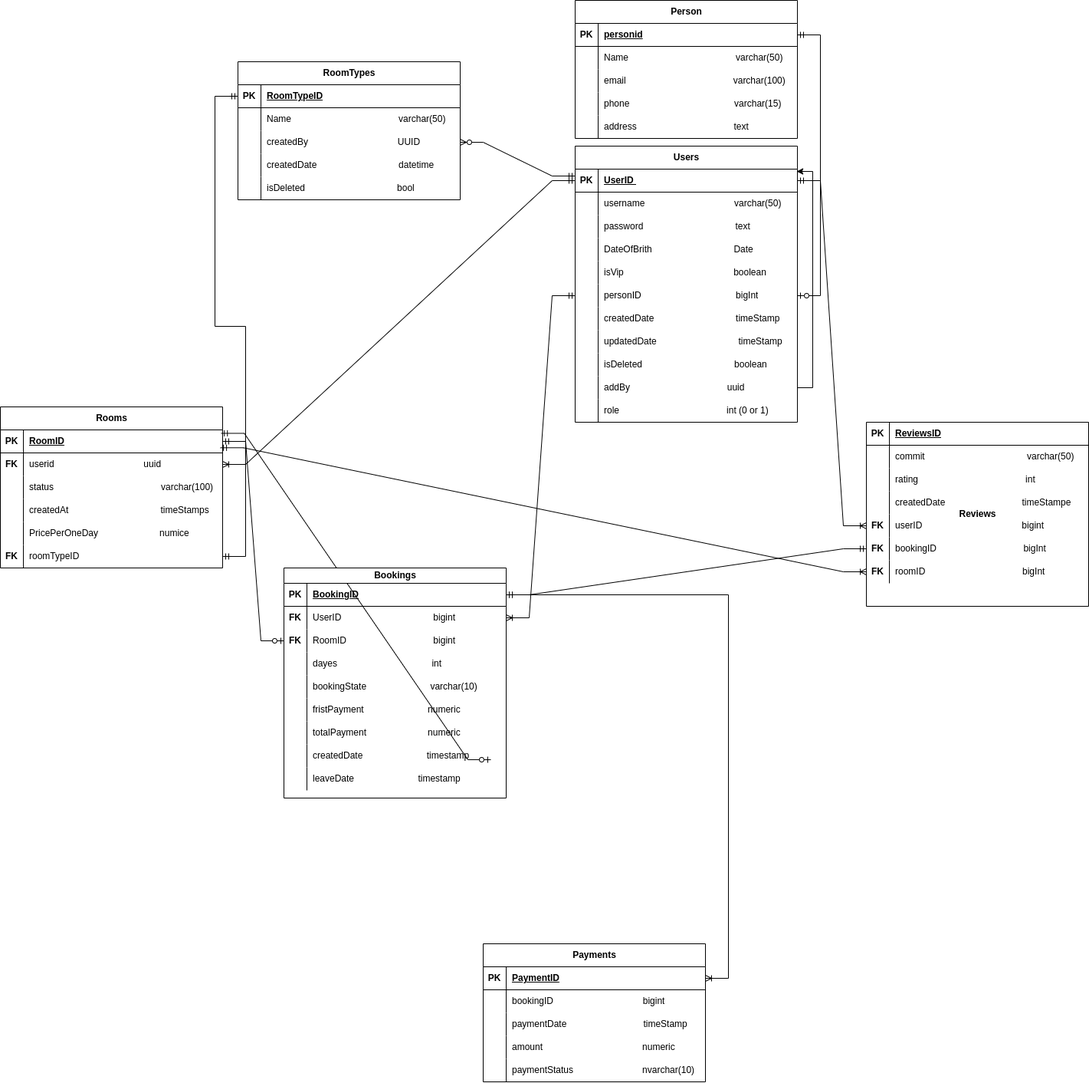
Abdullah2100/hotel_api_dotnet keeps this draw.io diagram as images/hote_design_erd.drawio.png. Above is the earlier version. Source tidied: cells renumbered, new cells last; positions are measured from the earlier drawing's top-left corner, leaving out a move shared by most shapes.
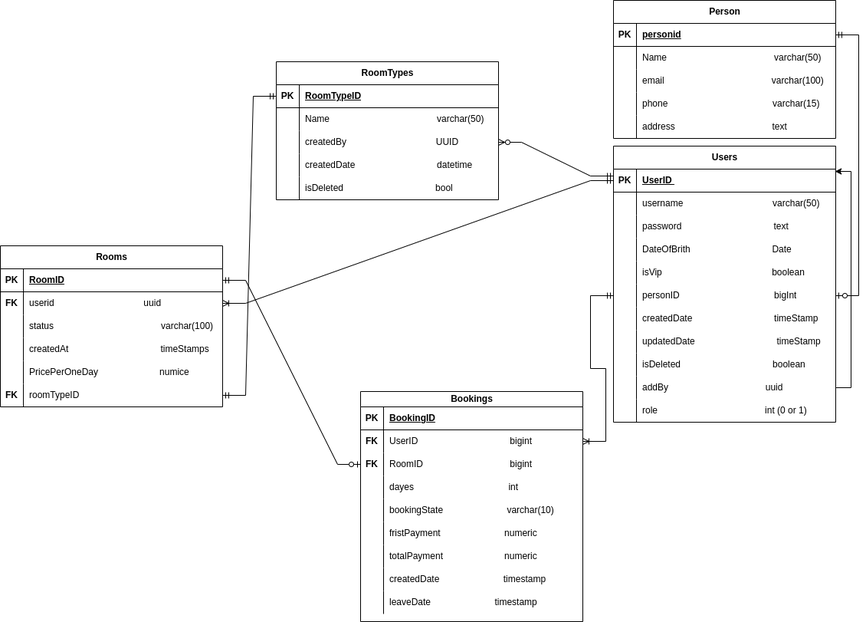
The same diagram one commit later.

Commit message:
fix:removing the review table from erd

What changed in the source:
```diff
@@ -159,7 +159,7 @@
       <mxGeometry relative="1" as="geometry" />
     </mxCell>
     <mxCell id="54" value="Rooms" style="shape=table;startSize=30;rowLines=0;fontStyle=1;align=center;html=1;" parent="1" vertex="1">
-      <mxGeometry y="530" width="290" height="210" as="geometry" />
+      <mxGeometry x="-50" y="320" width="290" height="210" as="geometry" />
     </mxCell>
     <mxCell id="55" style="shape=tableRow;horizontal=0;startSize=0;swimlaneHead=0;swimlaneBody=0;fillColor=none;points=[[0,0.5],[1,0.5]];portConstraint=eastwest;top=0;left=0;right=0;bottom=1;" parent="54" vertex="1">
       <mxGeometry y="30" width="290" height="30" as="geometry" />
@@ -266,145 +266,14 @@
     <mxCell id="89" style="edgeStyle=entityRelationEdgeStyle;fontSize=12;html=1;endArrow=ERzeroToOne;startArrow=ERmandOne;rounded=0;" parent="1" edge="1" source="55" target="142">
       <mxGeometry relative="1" as="geometry" />
     </mxCell>
-    <mxCell id="90" value="Reviews" style="shape=table;startSize=0;rowLines=0;fontStyle=1;align=center;html=1;" parent="1" vertex="1">
-      <mxGeometry x="1130" y="550" width="290" height="240" as="geometry" />
-    </mxCell>
-    <mxCell id="91" style="shape=tableRow;horizontal=0;startSize=0;swimlaneHead=0;swimlaneBody=0;fillColor=none;top=0;left=0;right=0;bottom=1;" parent="90" vertex="1">
-      <mxGeometry width="290" height="30" as="geometry" />
-    </mxCell>
-    <mxCell id="92" value="PK" style="shape=partialRectangle;fillColor=none;top=0;left=0;bottom=0;right=0;fontStyle=1;overflow=hidden;whiteSpace=wrap;html=1;" parent="91" vertex="1">
-      <mxGeometry width="30" height="30" as="geometry" />
-    </mxCell>
-    <mxCell id="93" value="ReviewsID" style="shape=partialRectangle;fillColor=none;top=0;left=0;bottom=0;right=0;align=left;spacingLeft=6;fontStyle=5;overflow=hidden;whiteSpace=wrap;html=1;" parent="91" vertex="1">
-      <mxGeometry x="30" width="260" height="30" as="geometry" />
-    </mxCell>
-    <mxCell id="94" style="shape=tableRow;horizontal=0;startSize=0;swimlaneHead=0;swimlaneBody=0;fillColor=none;top=0;left=0;right=0;bottom=0;" parent="90" vertex="1">
-      <mxGeometry y="30" width="290" height="30" as="geometry" />
-    </mxCell>
-    <mxCell id="95" style="shape=partialRectangle;fillColor=none;top=0;left=0;bottom=0;right=0;overflow=hidden;whiteSpace=wrap;html=1;" parent="94" vertex="1">
-      <mxGeometry width="30" height="30" as="geometry" />
-    </mxCell>
-    <mxCell id="96" value="commit&amp;nbsp; &amp;nbsp; &amp;nbsp; &amp;nbsp; &amp;nbsp; &amp;nbsp; &amp;nbsp; &amp;nbsp; &amp;nbsp; &amp;nbsp; &amp;nbsp; &amp;nbsp; &amp;nbsp; &amp;nbsp; &amp;nbsp; &amp;nbsp; &amp;nbsp; &amp;nbsp; &amp;nbsp; &amp;nbsp; varchar(50)" style="shape=partialRectangle;fillColor=none;top=0;left=0;bottom=0;right=0;align=left;spacingLeft=6;overflow=hidden;whiteSpace=wrap;html=1;" parent="94" vertex="1">
-      <mxGeometry x="30" width="260" height="30" as="geometry" />
-    </mxCell>
-    <mxCell id="97" style="shape=tableRow;horizontal=0;startSize=0;swimlaneHead=0;swimlaneBody=0;fillColor=none;top=0;left=0;right=0;bottom=0;" parent="90" vertex="1">
-      <mxGeometry y="60" width="290" height="30" as="geometry" />
-    </mxCell>
-    <mxCell id="98" style="shape=partialRectangle;fillColor=none;top=0;left=0;bottom=0;right=0;overflow=hidden;whiteSpace=wrap;html=1;" parent="97" vertex="1">
-      <mxGeometry width="30" height="30" as="geometry" />
-    </mxCell>
-    <mxCell id="99" value="rating&amp;nbsp; &amp;nbsp; &amp;nbsp; &amp;nbsp; &amp;nbsp; &amp;nbsp; &amp;nbsp; &amp;nbsp; &amp;nbsp; &amp;nbsp; &amp;nbsp; &amp;nbsp; &amp;nbsp; &amp;nbsp; &amp;nbsp; &amp;nbsp; &amp;nbsp; &amp;nbsp; &amp;nbsp; &amp;nbsp; &amp;nbsp; int" style="shape=partialRectangle;fillColor=none;top=0;left=0;bottom=0;right=0;align=left;spacingLeft=6;overflow=hidden;whiteSpace=wrap;html=1;" parent="97" vertex="1">
-      <mxGeometry x="30" width="260" height="30" as="geometry" />
-    </mxCell>
-    <mxCell id="100" style="shape=tableRow;horizontal=0;startSize=0;swimlaneHead=0;swimlaneBody=0;fillColor=none;top=0;left=0;right=0;bottom=0;" parent="90" vertex="1">
-      <mxGeometry y="90" width="290" height="30" as="geometry" />
-    </mxCell>
-    <mxCell id="101" style="shape=partialRectangle;fillColor=none;top=0;left=0;bottom=0;right=0;overflow=hidden;whiteSpace=wrap;html=1;" parent="100" vertex="1">
-      <mxGeometry width="30" height="30" as="geometry" />
-    </mxCell>
-    <mxCell id="102" value="createdDate&amp;nbsp; &amp;nbsp; &amp;nbsp; &amp;nbsp; &amp;nbsp; &amp;nbsp; &amp;nbsp; &amp;nbsp; &amp;nbsp; &amp;nbsp; &amp;nbsp; &amp;nbsp; &amp;nbsp; &amp;nbsp; &amp;nbsp; timeStampe" style="shape=partialRectangle;fillColor=none;top=0;left=0;bottom=0;right=0;align=left;spacingLeft=6;overflow=hidden;whiteSpace=wrap;html=1;" parent="100" vertex="1">
-      <mxGeometry x="30" width="260" height="30" as="geometry" />
-    </mxCell>
-    <mxCell id="103" style="shape=tableRow;horizontal=0;startSize=0;swimlaneHead=0;swimlaneBody=0;fillColor=none;points=[[0,0.5],[1,0.5]];portConstraint=eastwest;top=0;left=0;right=0;bottom=0;" parent="90" vertex="1">
-      <mxGeometry y="120" width="290" height="30" as="geometry" />
-    </mxCell>
-    <mxCell id="104" value="&lt;b&gt;FK&lt;/b&gt;" style="shape=partialRectangle;fillColor=none;top=0;left=0;bottom=0;right=0;overflow=hidden;whiteSpace=wrap;html=1;" parent="103" vertex="1">
-      <mxGeometry width="30" height="30" as="geometry" />
-    </mxCell>
-    <mxCell id="105" value="userID&amp;nbsp; &amp;nbsp; &amp;nbsp; &amp;nbsp; &amp;nbsp; &amp;nbsp; &amp;nbsp; &amp;nbsp; &amp;nbsp; &amp;nbsp; &amp;nbsp; &amp;nbsp; &amp;nbsp; &amp;nbsp; &amp;nbsp; &amp;nbsp; &amp;nbsp; &amp;nbsp; &amp;nbsp; &amp;nbsp;bigint" style="shape=partialRectangle;fillColor=none;top=0;left=0;bottom=0;right=0;align=left;spacingLeft=6;overflow=hidden;whiteSpace=wrap;html=1;" parent="103" vertex="1">
-      <mxGeometry x="30" width="260" height="30" as="geometry" />
-    </mxCell>
-    <mxCell id="106" style="shape=tableRow;horizontal=0;startSize=0;swimlaneHead=0;swimlaneBody=0;fillColor=none;points=[[0,0.5],[1,0.5]];portConstraint=eastwest;top=0;left=0;right=0;bottom=0;" parent="90" vertex="1">
-      <mxGeometry y="150" width="290" height="30" as="geometry" />
-    </mxCell>
-    <mxCell id="107" value="&lt;b&gt;FK&lt;/b&gt;" style="shape=partialRectangle;fillColor=none;top=0;left=0;bottom=0;right=0;overflow=hidden;whiteSpace=wrap;html=1;" parent="106" vertex="1">
-      <mxGeometry width="30" height="30" as="geometry" />
-    </mxCell>
-    <mxCell id="108" value="bookingID&amp;nbsp; &amp;nbsp; &amp;nbsp; &amp;nbsp; &amp;nbsp; &amp;nbsp; &amp;nbsp; &amp;nbsp; &amp;nbsp; &amp;nbsp; &amp;nbsp; &amp;nbsp; &amp;nbsp; &amp;nbsp; &amp;nbsp; &amp;nbsp; &amp;nbsp; bigInt" style="shape=partialRectangle;fillColor=none;top=0;left=0;bottom=0;right=0;align=left;spacingLeft=6;overflow=hidden;whiteSpace=wrap;html=1;" parent="106" vertex="1">
-      <mxGeometry x="30" width="260" height="30" as="geometry" />
-    </mxCell>
-    <mxCell id="109" style="shape=tableRow;horizontal=0;startSize=0;swimlaneHead=0;swimlaneBody=0;fillColor=none;points=[[0,0.5],[1,0.5]];portConstraint=eastwest;top=0;left=0;right=0;bottom=0;" parent="90" vertex="1">
-      <mxGeometry y="180" width="290" height="30" as="geometry" />
-    </mxCell>
-    <mxCell id="110" value="&lt;b&gt;FK&lt;/b&gt;" style="shape=partialRectangle;fillColor=none;top=0;left=0;bottom=0;right=0;overflow=hidden;whiteSpace=wrap;html=1;" parent="109" vertex="1">
-      <mxGeometry width="30" height="30" as="geometry" />
-    </mxCell>
-    <mxCell id="111" value="roomID&amp;nbsp; &amp;nbsp; &amp;nbsp; &amp;nbsp; &amp;nbsp; &amp;nbsp; &amp;nbsp; &amp;nbsp; &amp;nbsp; &amp;nbsp; &amp;nbsp; &amp;nbsp; &amp;nbsp; &amp;nbsp; &amp;nbsp; &amp;nbsp; &amp;nbsp; &amp;nbsp; &amp;nbsp; bigInt" style="shape=partialRectangle;fillColor=none;top=0;left=0;bottom=0;right=0;align=left;spacingLeft=6;overflow=hidden;whiteSpace=wrap;html=1;" parent="109" vertex="1">
-      <mxGeometry x="30" width="260" height="30" as="geometry" />
-    </mxCell>
-    <mxCell id="112" style="edgeStyle=entityRelationEdgeStyle;fontSize=12;html=1;endArrow=ERoneToMany;startArrow=ERmandOne;rounded=0;" parent="1" edge="1" source="3" target="103">
-      <mxGeometry relative="1" as="geometry" />
-    </mxCell>
-    <mxCell id="113" style="edgeStyle=entityRelationEdgeStyle;fontSize=12;html=1;endArrow=ERmandOne;startArrow=ERmandOne;rounded=0;" parent="1" edge="1" source="136" target="106">
-      <mxGeometry relative="1" as="geometry" />
-    </mxCell>
-    <mxCell id="114" style="edgeStyle=entityRelationEdgeStyle;fontSize=12;html=1;endArrow=ERoneToMany;startArrow=ERmandOne;rounded=0;exitX=0.99;exitY=0.776;exitDx=0;exitDy=0;exitPerimeter=0;" parent="1" edge="1" source="55" target="109">
-      <mxGeometry relative="1" as="geometry" />
-    </mxCell>
-    <mxCell id="115" style="edgeStyle=entityRelationEdgeStyle;fontSize=12;html=1;endArrow=ERzeroToOne;startArrow=ERmandOne;rounded=0;exitX=0.994;exitY=0.149;exitDx=0;exitDy=0;exitPerimeter=0;" parent="1" edge="1" source="55">
-      <mxGeometry relative="1" as="geometry">
-        <mxPoint x="640" y="990" as="targetPoint" />
-      </mxGeometry>
-    </mxCell>
     <mxCell id="116" style="edgeStyle=entityRelationEdgeStyle;fontSize=12;html=1;endArrow=ERoneToMany;startArrow=ERmandOne;rounded=0;" parent="1" edge="1" source="18" target="139">
       <mxGeometry relative="1" as="geometry" />
     </mxCell>
-    <mxCell id="117" value="Payments" style="shape=table;startSize=30;rowLines=0;fontStyle=1;align=center;html=1;" parent="1" vertex="1">
-      <mxGeometry x="630" y="1230" width="290" height="180" as="geometry" />
-    </mxCell>
-    <mxCell id="118" style="shape=tableRow;horizontal=0;startSize=0;swimlaneHead=0;swimlaneBody=0;fillColor=none;points=[[0,0.5],[1,0.5]];portConstraint=eastwest;top=0;left=0;right=0;bottom=1;" parent="117" vertex="1">
-      <mxGeometry y="30" width="290" height="30" as="geometry" />
-    </mxCell>
-    <mxCell id="119" value="PK" style="shape=partialRectangle;fillColor=none;top=0;left=0;bottom=0;right=0;fontStyle=1;overflow=hidden;whiteSpace=wrap;html=1;" parent="118" vertex="1">
-      <mxGeometry width="30" height="30" as="geometry" />
-    </mxCell>
-    <mxCell id="120" value="PaymentID" style="shape=partialRectangle;fillColor=none;top=0;left=0;bottom=0;right=0;align=left;spacingLeft=6;fontStyle=5;overflow=hidden;whiteSpace=wrap;html=1;" parent="118" vertex="1">
-      <mxGeometry x="30" width="260" height="30" as="geometry" />
-    </mxCell>
-    <mxCell id="121" style="shape=tableRow;horizontal=0;startSize=0;swimlaneHead=0;swimlaneBody=0;fillColor=none;top=0;left=0;right=0;bottom=0;" parent="117" vertex="1">
-      <mxGeometry y="60" width="290" height="30" as="geometry" />
-    </mxCell>
-    <mxCell id="122" style="shape=partialRectangle;fillColor=none;top=0;left=0;bottom=0;right=0;overflow=hidden;whiteSpace=wrap;html=1;" parent="121" vertex="1">
-      <mxGeometry width="30" height="30" as="geometry" />
-    </mxCell>
-    <mxCell id="123" value="bookingID&amp;nbsp; &amp;nbsp; &amp;nbsp; &amp;nbsp; &amp;nbsp; &amp;nbsp; &amp;nbsp; &amp;nbsp; &amp;nbsp; &amp;nbsp; &amp;nbsp; &amp;nbsp; &amp;nbsp; &amp;nbsp; &amp;nbsp; &amp;nbsp; &amp;nbsp; &amp;nbsp;bigint" style="shape=partialRectangle;fillColor=none;top=0;left=0;bottom=0;right=0;align=left;spacingLeft=6;overflow=hidden;whiteSpace=wrap;html=1;" parent="121" vertex="1">
-      <mxGeometry x="30" width="260" height="30" as="geometry" />
-    </mxCell>
-    <mxCell id="124" style="shape=tableRow;horizontal=0;startSize=0;swimlaneHead=0;swimlaneBody=0;fillColor=none;top=0;left=0;right=0;bottom=0;" parent="117" vertex="1">
-      <mxGeometry y="90" width="290" height="30" as="geometry" />
-    </mxCell>
-    <mxCell id="125" style="shape=partialRectangle;fillColor=none;top=0;left=0;bottom=0;right=0;overflow=hidden;whiteSpace=wrap;html=1;" parent="124" vertex="1">
-      <mxGeometry width="30" height="30" as="geometry" />
-    </mxCell>
-    <mxCell id="126" value="paymentDate&amp;nbsp; &amp;nbsp; &amp;nbsp; &amp;nbsp; &amp;nbsp; &amp;nbsp; &amp;nbsp; &amp;nbsp; &amp;nbsp; &amp;nbsp; &amp;nbsp; &amp;nbsp; &amp;nbsp; &amp;nbsp; &amp;nbsp; timeStamp" style="shape=partialRectangle;fillColor=none;top=0;left=0;bottom=0;right=0;align=left;spacingLeft=6;overflow=hidden;whiteSpace=wrap;html=1;" parent="124" vertex="1">
-      <mxGeometry x="30" width="260" height="30" as="geometry" />
-    </mxCell>
-    <mxCell id="127" style="shape=tableRow;horizontal=0;startSize=0;swimlaneHead=0;swimlaneBody=0;fillColor=none;top=0;left=0;right=0;bottom=0;" parent="117" vertex="1">
-      <mxGeometry y="120" width="290" height="30" as="geometry" />
-    </mxCell>
-    <mxCell id="128" style="shape=partialRectangle;fillColor=none;top=0;left=0;bottom=0;right=0;overflow=hidden;whiteSpace=wrap;html=1;" parent="127" vertex="1">
-      <mxGeometry width="30" height="30" as="geometry" />
-    </mxCell>
-    <mxCell id="129" value="amount&amp;nbsp; &amp;nbsp; &amp;nbsp; &amp;nbsp; &amp;nbsp; &amp;nbsp; &amp;nbsp; &amp;nbsp; &amp;nbsp; &amp;nbsp; &amp;nbsp; &amp;nbsp; &amp;nbsp; &amp;nbsp; &amp;nbsp; &amp;nbsp; &amp;nbsp; &amp;nbsp; &amp;nbsp; &amp;nbsp;numeric" style="shape=partialRectangle;fillColor=none;top=0;left=0;bottom=0;right=0;align=left;spacingLeft=6;overflow=hidden;whiteSpace=wrap;html=1;" parent="127" vertex="1">
-      <mxGeometry x="30" width="260" height="30" as="geometry" />
-    </mxCell>
-    <mxCell id="130" style="shape=tableRow;horizontal=0;startSize=0;swimlaneHead=0;swimlaneBody=0;fillColor=none;top=0;left=0;right=0;bottom=0;" parent="117" vertex="1">
-      <mxGeometry y="150" width="290" height="30" as="geometry" />
-    </mxCell>
-    <mxCell id="131" style="shape=partialRectangle;fillColor=none;top=0;left=0;bottom=0;right=0;overflow=hidden;whiteSpace=wrap;html=1;" parent="130" vertex="1">
-      <mxGeometry width="30" height="30" as="geometry" />
-    </mxCell>
-    <mxCell id="132" value="paymentStatus&amp;nbsp; &amp;nbsp; &amp;nbsp; &amp;nbsp; &amp;nbsp; &amp;nbsp; &amp;nbsp; &amp;nbsp; &amp;nbsp; &amp;nbsp; &amp;nbsp; &amp;nbsp; &amp;nbsp; &amp;nbsp;nvarchar(10)" style="shape=partialRectangle;fillColor=none;top=0;left=0;bottom=0;right=0;align=left;spacingLeft=6;overflow=hidden;whiteSpace=wrap;html=1;" parent="130" vertex="1">
-      <mxGeometry x="30" width="260" height="30" as="geometry" />
-    </mxCell>
-    <mxCell id="133" style="edgeStyle=entityRelationEdgeStyle;fontSize=12;html=1;endArrow=ERoneToMany;startArrow=ERmandOne;rounded=0;" parent="1" edge="1" source="136" target="118">
-      <mxGeometry relative="1" as="geometry" />
-    </mxCell>
     <mxCell id="134" style="edgeStyle=entityRelationEdgeStyle;fontSize=12;html=1;endArrow=ERoneToMany;startArrow=ERmandOne;rounded=0;" parent="1" edge="1" source="3" target="58">
       <mxGeometry relative="1" as="geometry" />
     </mxCell>
     <mxCell id="135" value="Bookings" style="shape=table;startSize=20;rowLines=0;fontStyle=1;align=center;html=1;" parent="1" vertex="1">
-      <mxGeometry x="370" y="740" width="290" height="300" as="geometry" />
+      <mxGeometry x="420" y="510" width="290" height="300" as="geometry" />
     </mxCell>
     <mxCell id="136" style="shape=tableRow;horizontal=0;startSize=0;swimlaneHead=0;swimlaneBody=0;fillColor=none;points=[[0,0.5],[1,0.5]];portConstraint=eastwest;top=0;left=0;right=0;bottom=1;" parent="135" vertex="1">
       <mxGeometry y="20" width="290" height="30" as="geometry" />
```
